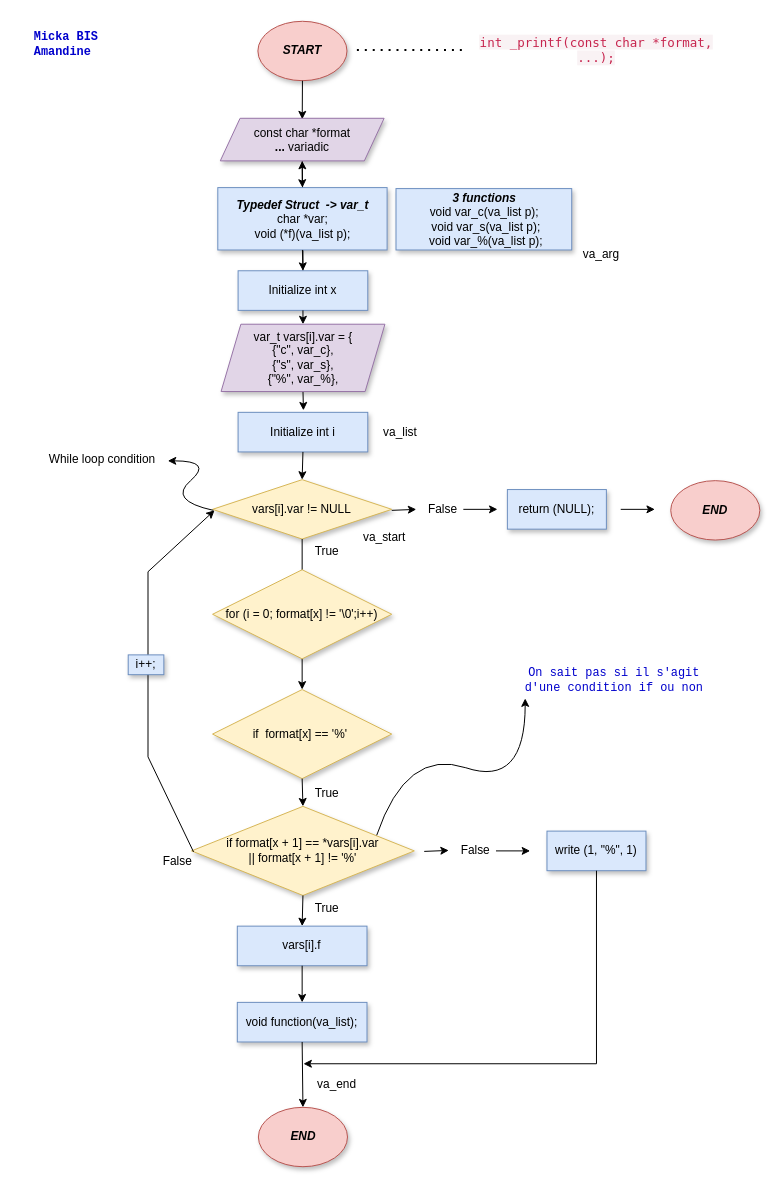
Earlier version of the draw.io diagram page "Printf" (1 of 4) of Diagramme sans nom.drawio (Amandine4731/holbertonschool-printf). Source tidied: cells renumbered, new cells numbered last; positions are measured from the earlier drawing's top-left corner, leaving out a move shared by most shapes. Both pictures are drawn from the tidied source at 99%, with x=0, y=0 at pixel (21, 21).
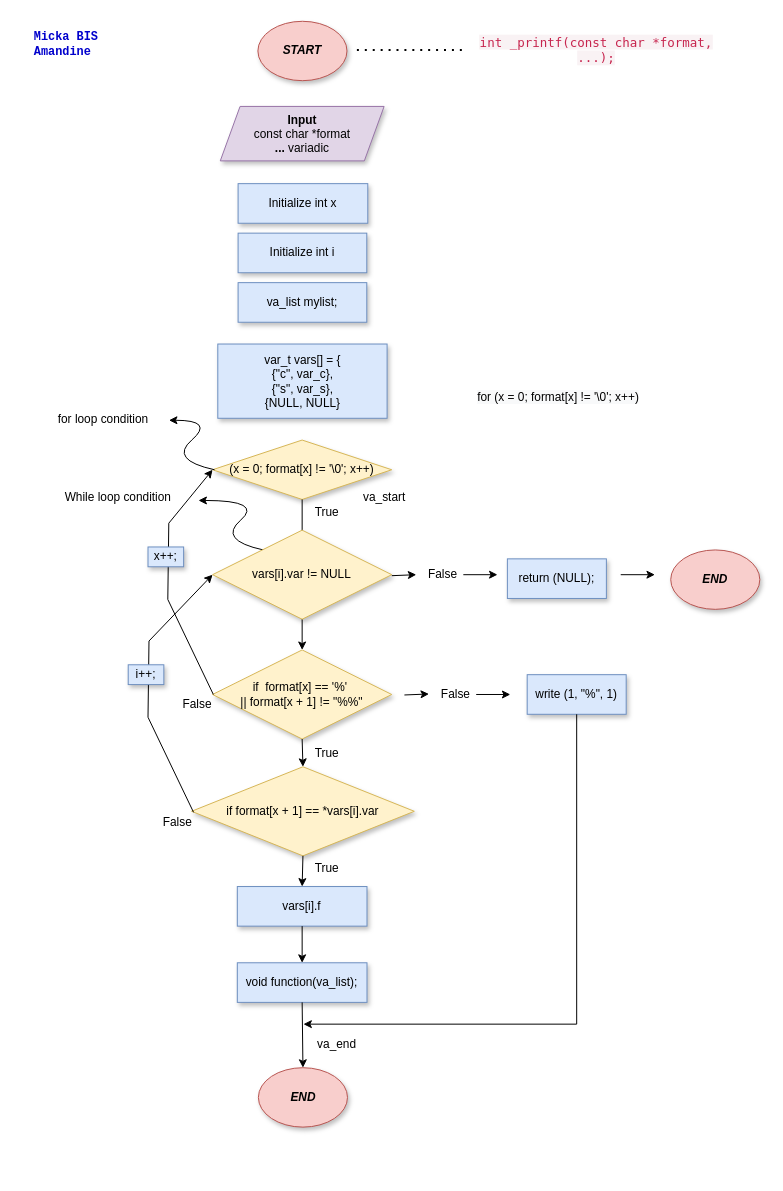
After the change.

Commit message:
Mettre à jour Diagramme sans nom.drawio

Unchanged cells that the change refers to:
```xml
<mxCell id="2" value="&lt;b&gt;&lt;i&gt;START&lt;/i&gt;&lt;/b&gt;" style="ellipse;whiteSpace=wrap;html=1;shadow=1;fillColor=#f8cecc;strokeColor=#b85450;" parent="1" vertex="1">
  <mxGeometry x="239" width="90" height="60" as="geometry" />
</mxCell>
```

Diff of the diagram source:
```diff
@@
-    <mxCell id="3" value="&lt;b&gt;&lt;i&gt;3 functions&lt;br&gt;&lt;/i&gt;&lt;/b&gt;&lt;div&gt;void var_c(va_list p);&lt;/div&gt;&lt;div&gt;&amp;nbsp;void var_s(va_list p);&lt;/div&gt;&lt;div&gt;&amp;nbsp;void var_%(va_list p);&lt;/div&gt;" style="rounded=0;whiteSpace=wrap;html=1;shadow=1;fillColor=#dae8fc;strokeColor=#6c8ebf;" parent="1" vertex="1">
-      <mxGeometry x="378.5" y="169" width="177.5" height="62" as="geometry" />
-    </mxCell>
     <mxCell id="4" value="Initialize int i" style="rounded=0;whiteSpace=wrap;html=1;shadow=1;strokeWidth=1;fillColor=#dae8fc;strokeColor=#6c8ebf;" parent="1" vertex="1">
-      <mxGeometry x="219" y="395" width="131" height="40" as="geometry" />
+      <mxGeometry x="219" y="214" width="130" height="40" as="geometry" />
     </mxCell>
-    <mxCell id="5" value="vars[i].var != NULL" style="rhombus;whiteSpace=wrap;html=1;shadow=1;strokeWidth=1;fillColor=#fff2cc;strokeColor=#d6b656;" parent="1" vertex="1">
-      <mxGeometry x="193.2" y="463" width="181" height="60" as="geometry" />
+    <mxCell id="5" value="(x = 0; format[x] != '\0'; x++)" style="rhombus;whiteSpace=wrap;html=1;shadow=1;strokeWidth=1;fillColor=#fff2cc;strokeColor=#d6b656;" parent="1" vertex="1">
+      <mxGeometry x="193.2" y="423" width="181" height="60" as="geometry" />
     </mxCell>
     <mxCell id="6" style="curved=1;endArrow=classic;html=1;rounded=0;" parent="1" edge="1">
       <mxGeometry relative="1" as="geometry">
-        <mxPoint x="194" y="494" as="sourcePoint" />
-        <mxPoint x="148" y="444" as="targetPoint" />
+        <mxPoint x="244.5" y="534" as="sourcePoint" />
+        <mxPoint x="179" y="484" as="targetPoint" />
         <Array as="points">
-          <mxPoint x="148" y="484" />
-          <mxPoint x="194" y="444" />
+          <mxPoint x="198.5" y="524" />
+          <mxPoint x="244.5" y="484" />
         </Array>
       </mxGeometry>
     </mxCell>
     <mxCell id="7" value="While loop condition" style="text;html=1;strokeColor=none;fillColor=none;align=center;verticalAlign=middle;whiteSpace=wrap;rounded=0;shadow=0;strokeWidth=1;" parent="1" vertex="1">
-      <mxGeometry x="22" y="428" width="120" height="30" as="geometry" />
+      <mxGeometry x="38" y="466" width="120" height="30" as="geometry" />
     </mxCell>
     <mxCell id="8" style="endArrow=classic;html=1;rounded=0;exitX=1;exitY=0.5;exitDx=0;exitDy=0;" parent="1" edge="1">
       <mxGeometry relative="1" as="geometry">
-        <mxPoint x="374.2" y="494" as="sourcePoint" />
-        <mxPoint x="399" y="493" as="targetPoint" />
+        <mxPoint x="374.2" y="560" as="sourcePoint" />
+        <mxPoint x="399" y="559" as="targetPoint" />
       </mxGeometry>
     </mxCell>
     <mxCell id="9" value="False" style="text;html=1;strokeColor=none;fillColor=none;align=center;verticalAlign=middle;whiteSpace=wrap;rounded=0;shadow=0;strokeWidth=1;" parent="1" vertex="1">
-      <mxGeometry x="406" y="478" width="40" height="30" as="geometry" />
+      <mxGeometry x="406" y="544" width="40" height="30" as="geometry" />
     </mxCell>
     <mxCell id="10" style="endArrow=classic;html=1;rounded=0;exitX=1;exitY=0.5;exitDx=0;exitDy=0;" parent="1" edge="1">
       <mxGeometry relative="1" as="geometry">
-        <mxPoint x="446.5" y="493" as="sourcePoint" />
-        <mxPoint x="481" y="493" as="targetPoint" />
+        <mxPoint x="446.5" y="559" as="sourcePoint" />
+        <mxPoint x="481" y="559" as="targetPoint" />
       </mxGeometry>
     </mxCell>
     <mxCell id="11" value="return (NULL);" style="rounded=0;whiteSpace=wrap;html=1;shadow=1;strokeWidth=1;fillColor=#dae8fc;strokeColor=#6c8ebf;" parent="1" vertex="1">
-      <mxGeometry x="491" y="473" width="100" height="40" as="geometry" />
+      <mxGeometry x="491" y="543" width="100" height="40" as="geometry" />
     </mxCell>
     <mxCell id="12" style="endArrow=classic;html=1;rounded=0;exitX=1;exitY=0.5;exitDx=0;exitDy=0;" parent="1" edge="1">
       <mxGeometry relative="1" as="geometry">
-        <mxPoint x="605.5" y="493" as="sourcePoint" />
-        <mxPoint x="640" y="493" as="targetPoint" />
+        <mxPoint x="605.5" y="559" as="sourcePoint" />
+        <mxPoint x="640" y="559" as="targetPoint" />
       </mxGeometry>
     </mxCell>
     <mxCell id="13" value="&lt;b&gt;&lt;i&gt;END&lt;/i&gt;&lt;/b&gt;" style="ellipse;whiteSpace=wrap;html=1;shadow=1;fillColor=#f8cecc;strokeColor=#b85450;" parent="1" vertex="1">
-      <mxGeometry x="656" y="464" width="90" height="60" as="geometry" />
+      <mxGeometry x="656" y="534" width="90" height="60" as="geometry" />
     </mxCell>
-    <mxCell id="14" style="endArrow=classic;html=1;rounded=0;exitX=0.5;exitY=1;exitDx=0;exitDy=0;entryX=0.5;entryY=0;entryDx=0;entryDy=0;" parent="1" edge="1" source="2">
-      <mxGeometry relative="1" as="geometry">
-        <mxPoint x="283.8" y="99" as="targetPoint" />
-      </mxGeometry>
-    </mxCell>
-    <mxCell id="15" value="if format[x + 1] == *vars[i].var&lt;br&gt;|| format[x + 1]&amp;nbsp;!= '%'" style="rhombus;whiteSpace=wrap;html=1;shadow=1;strokeWidth=1;fillColor=#fff2cc;strokeColor=#d6b656;" parent="1" vertex="1">
-      <mxGeometry x="172" y="793" width="225" height="90" as="geometry" />
+    <mxCell id="15" value="if format[x + 1] == *vars[i].var" style="rhombus;whiteSpace=wrap;html=1;shadow=1;strokeWidth=1;fillColor=#fff2cc;strokeColor=#d6b656;" parent="1" vertex="1">
+      <mxGeometry x="172" y="753" width="225" height="90" as="geometry" />
     </mxCell>
@@
-    <mxCell id="17" style="endArrow=classic;html=1;rounded=0;exitX=0;exitY=0.5;exitDx=0;exitDy=0;entryX=0;entryY=0.5;entryDx=0;entryDy=0;" parent="1" edge="1">
+    <mxCell id="17" style="endArrow=classic;html=1;rounded=0;exitX=0;exitY=0.5;exitDx=0;exitDy=0;entryX=0;entryY=0.5;entryDx=0;entryDy=0;" parent="1" edge="1" target="44">
       <mxGeometry relative="1" as="geometry">
-        <mxPoint x="174" y="839" as="sourcePoint" />
-        <mxPoint x="195.2" y="494" as="targetPoint" />
+        <mxPoint x="174" y="799" as="sourcePoint" />
         <Array as="points">
-          <mxPoint x="128" y="743" />
-          <mxPoint x="128" y="556" />
+          <mxPoint x="128" y="703" />
+          <mxPoint x="129" y="626" />
         </Array>
       </mxGeometry>
     </mxCell>
     <mxCell id="18" value="True" style="text;html=1;strokeColor=none;fillColor=none;align=center;verticalAlign=middle;whiteSpace=wrap;rounded=0;shadow=0;strokeWidth=1;" parent="1" vertex="1">
-      <mxGeometry x="289" y="765" width="40" height="30" as="geometry" />
+      <mxGeometry x="289" y="725" width="40" height="30" as="geometry" />
     </mxCell>
     <mxCell id="19" value="False" style="text;html=1;strokeColor=none;fillColor=none;align=center;verticalAlign=middle;whiteSpace=wrap;rounded=0;shadow=0;strokeWidth=1;" parent="1" vertex="1">
-      <mxGeometry x="138" y="834" width="40" height="30" as="geometry" />
+      <mxGeometry x="138" y="794" width="40" height="30" as="geometry" />
     </mxCell>
     <mxCell id="20" value="i++;" style="rounded=0;whiteSpace=wrap;html=1;shadow=1;strokeWidth=1;fillColor=#dae8fc;strokeColor=#6c8ebf;" parent="1" vertex="1">
-      <mxGeometry x="108" y="640" width="36" height="20" as="geometry" />
+      <mxGeometry x="108" y="650" width="36" height="20" as="geometry" />
     </mxCell>
     <mxCell id="21" value="True" style="text;html=1;strokeColor=none;fillColor=none;align=center;verticalAlign=middle;whiteSpace=wrap;rounded=0;shadow=0;strokeWidth=1;" parent="1" vertex="1">
-      <mxGeometry x="289" y="881" width="40" height="30" as="geometry" />
+      <mxGeometry x="289" y="841" width="40" height="30" as="geometry" />
     </mxCell>
     <mxCell id="22" value="vars[i].f" style="rounded=0;whiteSpace=wrap;html=1;shadow=1;strokeWidth=1;fillColor=#dae8fc;strokeColor=#6c8ebf;" parent="1" vertex="1">
-      <mxGeometry x="218.2" y="914" width="131" height="40" as="geometry" />
+      <mxGeometry x="218.2" y="874" width="131" height="40" as="geometry" />
     </mxCell>
     <mxCell id="23" value="void function(va_list);" style="rounded=0;whiteSpace=wrap;html=1;shadow=1;strokeWidth=1;fillColor=#dae8fc;strokeColor=#6c8ebf;" parent="1" vertex="1">
-      <mxGeometry x="218.2" y="991" width="131" height="40" as="geometry" />
+      <mxGeometry x="218.2" y="951" width="131" height="40" as="geometry" />
     </mxCell>
@@
     <mxCell id="26" value="&lt;b&gt;&lt;i&gt;END&lt;/i&gt;&lt;/b&gt;" style="ellipse;whiteSpace=wrap;html=1;shadow=1;fillColor=#f8cecc;strokeColor=#b85450;" parent="1" vertex="1">
-      <mxGeometry x="239.5" y="1097" width="90" height="60" as="geometry" />
+      <mxGeometry x="239.5" y="1057" width="90" height="60" as="geometry" />
     </mxCell>
@@
-    <mxCell id="28" value="if&amp;nbsp; format[x] == '%'&amp;nbsp;" style="rhombus;whiteSpace=wrap;html=1;shadow=1;strokeWidth=1;fillColor=#fff2cc;strokeColor=#d6b656;" parent="1" vertex="1">
-      <mxGeometry x="193.2" y="675" width="181" height="90" as="geometry" />
+    <mxCell id="28" value="if&amp;nbsp; format[x] == '%'&amp;nbsp;&lt;br&gt;|| format[x + 1]&amp;nbsp;!= &quot;%%&quot;" style="rhombus;whiteSpace=wrap;html=1;shadow=1;strokeWidth=1;fillColor=#fff2cc;strokeColor=#d6b656;" parent="1" vertex="1">
+      <mxGeometry x="193.2" y="635" width="181" height="90" as="geometry" />
     </mxCell>
-    <mxCell id="29" style="endArrow=classic;html=1;rounded=0;exitX=0.5;exitY=1;exitDx=0;exitDy=0;" parent="1" edge="1" source="53">
-      <mxGeometry relative="1" as="geometry">
-        <mxPoint x="285" y="393" as="targetPoint" />
-      </mxGeometry>
-    </mxCell>
-    <mxCell id="30" style="edgeStyle=orthogonalEdgeStyle;rounded=0;jettySize=auto;html=1;fontFamily=Courier New;fontColor=#0000CC;" parent="1" edge="1" source="31" target="36">
-      <mxGeometry relative="1" as="geometry" />
-    </mxCell>
     <mxCell id="31" value="Initialize int x" style="rounded=0;whiteSpace=wrap;html=1;shadow=1;strokeWidth=1;fillColor=#dae8fc;strokeColor=#6c8ebf;" parent="1" vertex="1">
-      <mxGeometry x="219" y="252" width="131" height="40" as="geometry" />
+      <mxGeometry x="219" y="164" width="131" height="40" as="geometry" />
     </mxCell>
@@
-    <mxCell id="34" value="&lt;b&gt;&lt;i&gt;Typedef Struct&amp;nbsp; -&amp;gt; var_t&lt;/i&gt;&lt;/b&gt;&lt;br&gt;char *var;&lt;br&gt;void (*f)(va_list p);" style="rounded=0;whiteSpace=wrap;html=1;shadow=1;strokeWidth=1;fillColor=#dae8fc;strokeColor=#6c8ebf;" parent="1" vertex="1">
-      <mxGeometry x="198.5" y="168" width="171" height="63" as="geometry" />
-    </mxCell>
-    <mxCell id="35" style="edgeStyle=orthogonalEdgeStyle;rounded=0;jettySize=auto;html=1;" parent="1" edge="1" source="36" target="34">
-      <mxGeometry relative="1" as="geometry" />
-    </mxCell>
-    <mxCell id="36" value="const char *format&lt;br&gt;&lt;b&gt;... &lt;/b&gt;variadic" style="shape=parallelogram;perimeter=parallelogramPerimeter;whiteSpace=wrap;html=1;fixedSize=1;shadow=1;strokeWidth=1;fillColor=#e1d5e7;strokeColor=#9673a6;" parent="1" vertex="1">
-      <mxGeometry x="201" y="98" width="165.5" height="43" as="geometry" />
+    <mxCell id="36" value="&lt;b&gt;Input&lt;/b&gt;&lt;br&gt;const char *format&lt;br&gt;&lt;b&gt;... &lt;/b&gt;variadic" style="shape=parallelogram;perimeter=parallelogramPerimeter;whiteSpace=wrap;html=1;fixedSize=1;shadow=1;strokeWidth=1;fillColor=#e1d5e7;strokeColor=#9673a6;" parent="1" vertex="1">
+      <mxGeometry x="201" y="86" width="165.5" height="55" as="geometry" />
     </mxCell>
@@
     <mxCell id="38" value="True" style="text;html=1;strokeColor=none;fillColor=none;align=center;verticalAlign=middle;whiteSpace=wrap;rounded=0;shadow=0;strokeWidth=1;" parent="1" vertex="1">
-      <mxGeometry x="289" y="521" width="40" height="30" as="geometry" />
+      <mxGeometry x="289" y="481" width="40" height="30" as="geometry" />
     </mxCell>
     <mxCell id="39" style="endArrow=classic;html=1;rounded=0;exitX=1;exitY=0.5;exitDx=0;exitDy=0;" parent="1" edge="1">
       <mxGeometry relative="1" as="geometry">
-        <mxPoint x="407" y="838.5" as="sourcePoint" />
-        <mxPoint x="431.8" y="837.5" as="targetPoint" />
+        <mxPoint x="387" y="680.5" as="sourcePoint" />
+        <mxPoint x="411.8" y="679.5" as="targetPoint" />
       </mxGeometry>
     </mxCell>
     <mxCell id="40" value="False" style="text;html=1;strokeColor=none;fillColor=none;align=center;verticalAlign=middle;whiteSpace=wrap;rounded=0;shadow=0;strokeWidth=1;" parent="1" vertex="1">
-      <mxGeometry x="439" y="823" width="40" height="30" as="geometry" />
+      <mxGeometry x="419" y="665" width="40" height="30" as="geometry" />
     </mxCell>
     <mxCell id="41" style="endArrow=classic;html=1;rounded=0;exitX=1;exitY=0.5;exitDx=0;exitDy=0;" parent="1" edge="1">
       <mxGeometry relative="1" as="geometry">
-        <mxPoint x="479.5" y="838" as="sourcePoint" />
-        <mxPoint x="514" y="838" as="targetPoint" />
+        <mxPoint x="459.5" y="680" as="sourcePoint" />
+        <mxPoint x="494" y="680" as="targetPoint" />
       </mxGeometry>
     </mxCell>
-    <mxCell id="42" style="endArrow=classic;html=1;rounded=0;entryX=0.5;entryY=0;entryDx=0;entryDy=0;exitX=0.5;exitY=1;exitDx=0;exitDy=0;" parent="1" edge="1" source="4" target="5">
-      <mxGeometry relative="1" as="geometry" />
-    </mxCell>
-    <mxCell id="43" style="endArrow=classic;html=1;rounded=0;exitX=0.5;exitY=1;exitDx=0;exitDy=0;entryX=0.5;entryY=0;entryDx=0;entryDy=0;" parent="1" edge="1" source="34" target="31">
-      <mxGeometry relative="1" as="geometry" />
-    </mxCell>
-    <mxCell id="44" value="for (i = 0; format[x] != '\0';i++)" style="rhombus;whiteSpace=wrap;html=1;shadow=1;strokeWidth=1;fillColor=#fff2cc;strokeColor=#d6b656;" parent="1" vertex="1">
-      <mxGeometry x="193.2" y="554" width="181" height="90" as="geometry" />
+    <mxCell id="44" value="vars[i].var != NULL" style="rhombus;whiteSpace=wrap;html=1;shadow=1;strokeWidth=1;fillColor=#fff2cc;strokeColor=#d6b656;" parent="1" vertex="1">
+      <mxGeometry x="193.2" y="514" width="181" height="90" as="geometry" />
     </mxCell>
@@
-    <mxCell id="46" value="va_arg" style="text;html=1;strokeColor=none;fillColor=none;align=center;verticalAlign=middle;whiteSpace=wrap;rounded=0;shadow=1;strokeWidth=1;" parent="1" vertex="1">
-      <mxGeometry x="556" y="221" width="60" height="30" as="geometry" />
-    </mxCell>
-    <mxCell id="47" value="va_list" style="text;html=1;strokeColor=none;fillColor=none;align=center;verticalAlign=middle;whiteSpace=wrap;rounded=0;shadow=1;strokeWidth=1;" parent="1" vertex="1">
-      <mxGeometry x="353" y="400" width="60" height="30" as="geometry" />
-    </mxCell>
     <mxCell id="48" value="va_end" style="text;html=1;strokeColor=none;fillColor=none;align=center;verticalAlign=middle;whiteSpace=wrap;rounded=0;shadow=1;strokeWidth=1;" parent="1" vertex="1">
-      <mxGeometry x="289" y="1057" width="60" height="34" as="geometry" />
+      <mxGeometry x="289" y="1017" width="60" height="34" as="geometry" />
     </mxCell>
     <mxCell id="49" value="write (1, &quot;%&quot;, 1)" style="rounded=0;whiteSpace=wrap;html=1;shadow=1;strokeWidth=1;fillColor=#dae8fc;strokeColor=#6c8ebf;" parent="1" vertex="1">
-      <mxGeometry x="531" y="818" width="100" height="40" as="geometry" />
+      <mxGeometry x="511" y="660" width="100" height="40" as="geometry" />
     </mxCell>
     <mxCell id="50" style="endArrow=classic;html=1;rounded=0;exitX=0.5;exitY=1;exitDx=0;exitDy=0;" parent="1" edge="1" source="49">
       <mxGeometry relative="1" as="geometry">
-        <mxPoint x="285" y="1053" as="targetPoint" />
+        <mxPoint x="285" y="1013" as="targetPoint" />
         <Array as="points">
-          <mxPoint x="581" y="1053" />
+          <mxPoint x="561" y="1013" />
         </Array>
       </mxGeometry>
     </mxCell>
     <mxCell id="51" value="va_start" style="text;html=1;strokeColor=none;fillColor=none;align=center;verticalAlign=middle;whiteSpace=wrap;rounded=0;shadow=1;strokeWidth=1;" parent="1" vertex="1">
-      <mxGeometry x="337" y="506" width="60" height="30" as="geometry" />
+      <mxGeometry x="337" y="466" width="60" height="30" as="geometry" />
     </mxCell>
@@
-    <mxCell id="53" value="var_t vars[i].var = {&lt;br&gt;{&quot;c&quot;, var_c},&lt;br&gt;{&quot;s&quot;, var_s},&lt;br&gt;{&quot;%&quot;, var_%}," style="shape=parallelogram;perimeter=parallelogramPerimeter;whiteSpace=wrap;html=1;fixedSize=1;shadow=1;strokeWidth=1;fillColor=#e1d5e7;strokeColor=#9673a6;" parent="1" vertex="1">
-      <mxGeometry x="201.8" y="306" width="165.5" height="68" as="geometry" />
-    </mxCell>
-    <mxCell id="54" style="endArrow=classic;html=1;rounded=0;fontFamily=Courier New;fontColor=#0000CC;exitX=0.5;exitY=1;exitDx=0;exitDy=0;entryX=0.5;entryY=0;entryDx=0;entryDy=0;" parent="1" edge="1" source="31" target="53">
-      <mxGeometry relative="1" as="geometry" />
-    </mxCell>
-    <mxCell id="55" style="curved=1;endArrow=classic;html=1;rounded=0;fontFamily=Courier New;fontColor=#0000CC;exitX=0.831;exitY=0.347;exitDx=0;exitDy=0;exitPerimeter=0;" parent="1" edge="1">
-      <mxGeometry relative="1" as="geometry">
-        <mxPoint x="359" y="822.2" as="sourcePoint" />
-        <mxPoint x="509" y="684" as="targetPoint" />
-        <Array as="points">
-          <mxPoint x="389" y="734" />
-          <mxPoint x="509" y="774" />
-        </Array>
-      </mxGeometry>
-    </mxCell>
-    <mxCell id="56" value="On sait pas si il s'agit d'une condition if ou non" style="text;html=1;strokeColor=none;fillColor=none;align=center;verticalAlign=middle;whiteSpace=wrap;rounded=0;shadow=1;strokeWidth=1;fontFamily=Courier New;fontColor=#0000CC;" parent="1" vertex="1">
-      <mxGeometry x="505" y="651" width="188" height="30" as="geometry" />
-    </mxCell>
+    <mxCell id="57" value="var_t vars[] = {&lt;br&gt;{&quot;c&quot;, var_c},&lt;br&gt;{&quot;s&quot;, var_s},&lt;br&gt;{NULL, NULL}" style="rounded=0;whiteSpace=wrap;html=1;shadow=1;strokeWidth=1;fillColor=#dae8fc;strokeColor=#6c8ebf;" parent="1" vertex="1">
+      <mxGeometry x="198.5" y="326" width="171" height="75" as="geometry" />
+    </mxCell>
+    <mxCell id="58" value="va_list mylist;" style="rounded=0;whiteSpace=wrap;html=1;shadow=1;strokeWidth=1;fillColor=#dae8fc;strokeColor=#6c8ebf;" parent="1" vertex="1">
+      <mxGeometry x="219" y="264" width="130" height="40" as="geometry" />
+    </mxCell>
+    <mxCell id="59" value="&lt;span style=&quot;color: rgb(0, 0, 0); font-family: Helvetica; font-size: 12px; font-style: normal; font-variant-ligatures: normal; font-variant-caps: normal; font-weight: 400; letter-spacing: normal; orphans: 2; text-align: center; text-indent: 0px; text-transform: none; widows: 2; word-spacing: 0px; -webkit-text-stroke-width: 0px; background-color: rgb(248, 249, 250); text-decoration-thickness: initial; text-decoration-style: initial; text-decoration-color: initial; float: none; display: inline !important;&quot;&gt;for (x = 0; format[x] != '\0'; x++)&lt;/span&gt;" style="text;whiteSpace=wrap;html=1;" parent="1" vertex="1">
+      <mxGeometry x="459" y="366" width="200" height="40" as="geometry" />
+    </mxCell>
+    <mxCell id="60" style="curved=1;endArrow=classic;html=1;rounded=0;" parent="1" edge="1">
+      <mxGeometry relative="1" as="geometry">
+        <mxPoint x="195.2" y="453" as="sourcePoint" />
+        <mxPoint x="149.2" y="403" as="targetPoint" />
+        <Array as="points">
+          <mxPoint x="149.2" y="443" />
+          <mxPoint x="195.2" y="403" />
+        </Array>
+      </mxGeometry>
+    </mxCell>
+    <mxCell id="61" value="for loop condition" style="text;html=1;strokeColor=none;fillColor=none;align=center;verticalAlign=middle;whiteSpace=wrap;rounded=0;shadow=0;strokeWidth=1;" parent="1" vertex="1">
+      <mxGeometry x="23.2" y="387" width="120" height="30" as="geometry" />
+    </mxCell>
+    <mxCell id="62" style="endArrow=classic;html=1;rounded=0;exitX=0;exitY=0.5;exitDx=0;exitDy=0;entryX=0;entryY=0.5;entryDx=0;entryDy=0;" parent="1" edge="1" target="5">
+      <mxGeometry relative="1" as="geometry">
+        <mxPoint x="194" y="680" as="sourcePoint" />
+        <Array as="points">
+          <mxPoint x="148" y="584" />
+          <mxPoint x="149" y="507" />
+        </Array>
+      </mxGeometry>
+    </mxCell>
+    <mxCell id="63" value="False" style="text;html=1;strokeColor=none;fillColor=none;align=center;verticalAlign=middle;whiteSpace=wrap;rounded=0;shadow=0;strokeWidth=1;" parent="1" vertex="1">
+      <mxGeometry x="158" y="675" width="40" height="30" as="geometry" />
+    </mxCell>
+    <mxCell id="64" value="x++;" style="rounded=0;whiteSpace=wrap;html=1;shadow=1;strokeWidth=1;fillColor=#dae8fc;strokeColor=#6c8ebf;" parent="1" vertex="1">
+      <mxGeometry x="128" y="531" width="36" height="20" as="geometry" />
+    </mxCell>
```
